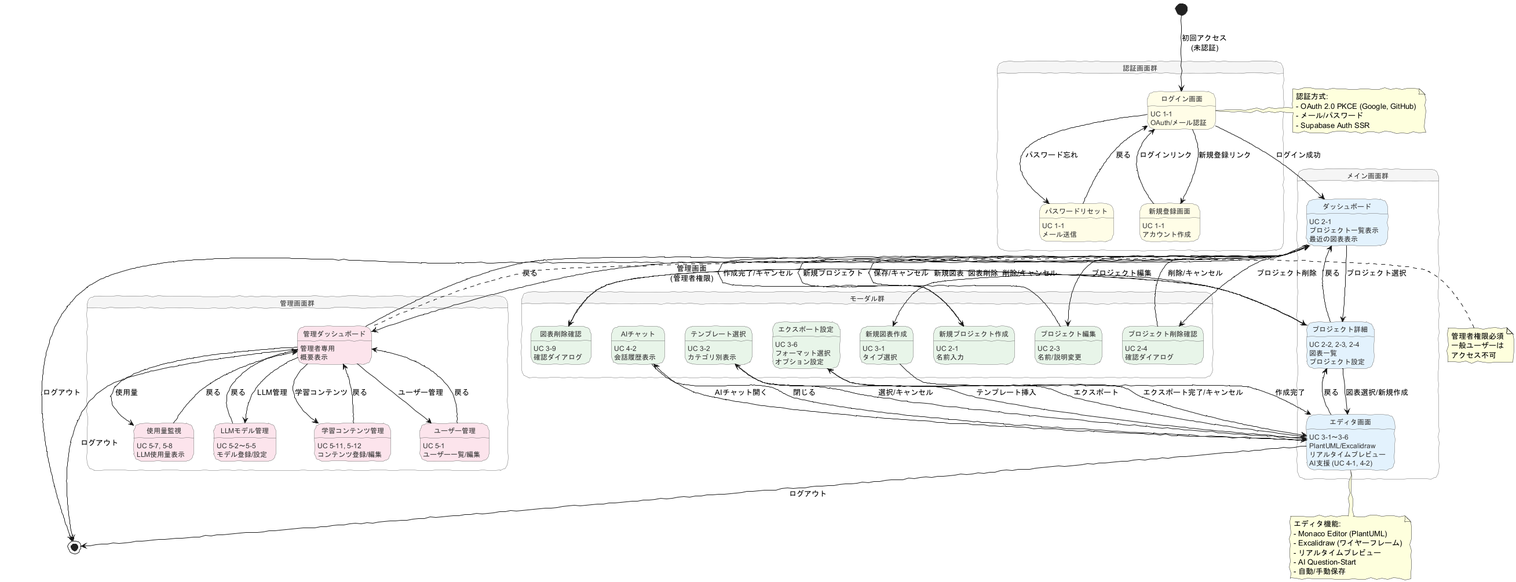
The PlantUML diagram docs/proposals/diagrams/09_screen_transition/PlantUML_Studio_Screen_Transition.png in yoshiwo3/PlantUML2_Opus4.5, before a commit.
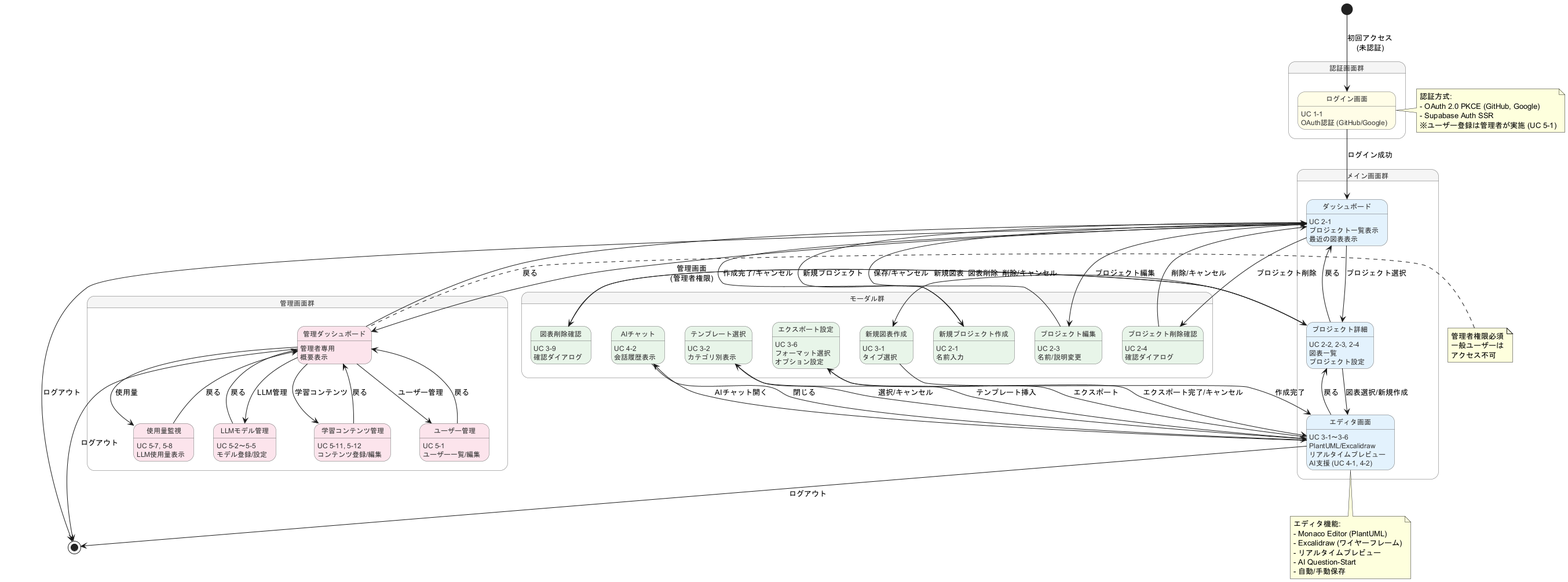
Later version of the same file.

The edit, as a diff of the source:
```diff
@@ -1,6 +1,4 @@
 @startuml PlantUML_Studio_Screen_Transition
-
-!option handwritten true
 
 skinparam state {
     BackgroundColor #F5F5F5
@@ -30,20 +28,7 @@
 state "認証画面群" as auth_group {
     state "ログイン画面" as login <<auth>>
     login : UC 1-1
-    login : OAuth/メール認証
-
-    state "新規登録画面" as signup <<auth>>
-    signup : UC 1-1
-    signup : アカウント作成
-
-    state "パスワードリセット" as reset <<auth>>
-    reset : UC 1-1
-    reset : メール送信
-
-    login --> signup : 新規登録リンク
-    login --> reset : パスワード忘れ
-    signup --> login : ログインリンク
-    reset --> login : 戻る
+    login : OAuth認証 (GitHub/Google)
 }
 
 state "メイン画面群" as main_group {
@@ -166,9 +151,9 @@
 
 note right of login
   認証方式:
-  - OAuth 2.0 PKCE (Google, GitHub)
-  - メール/パスワード
+  - OAuth 2.0 PKCE (GitHub, Google)
   - Supabase Auth SSR
+  ※ユーザー登録は管理者が実施 (UC 5-1)
 end note
 
 note bottom of editor
```
